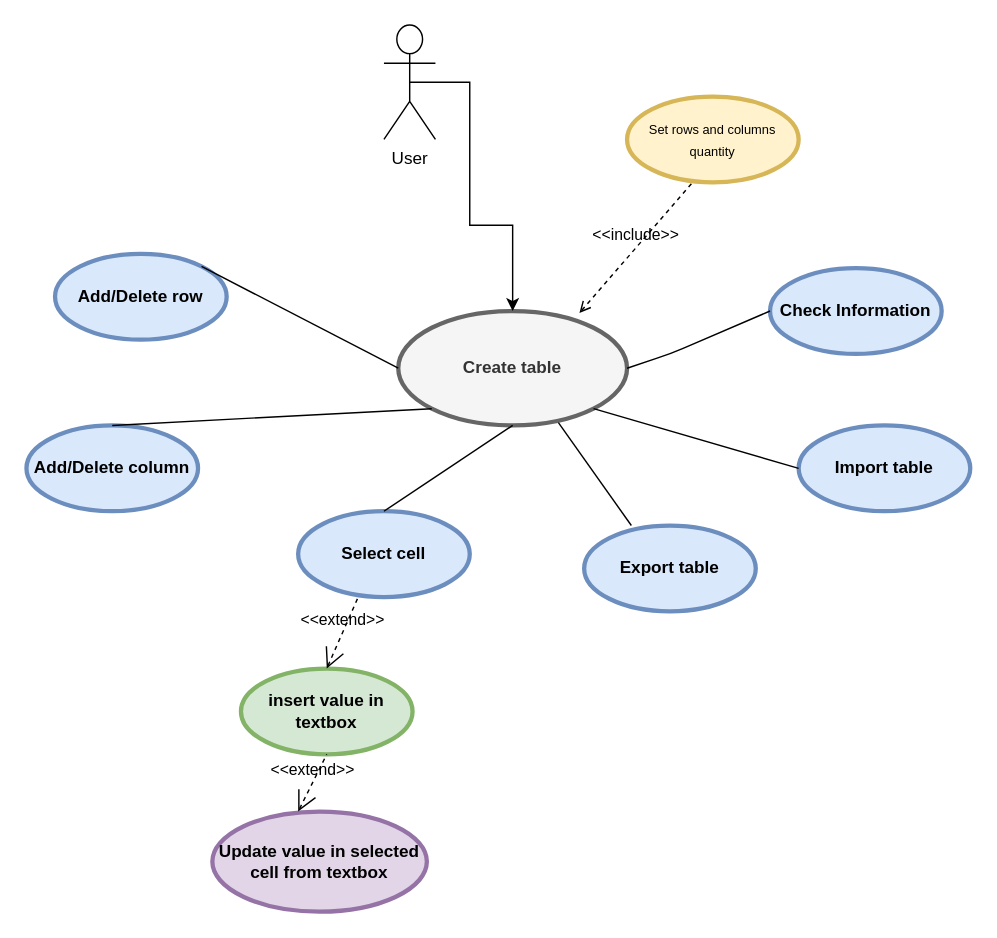
Before: UseCaseDiagram.drawio in pashokred/mini_spreadsheet, a draw.io diagram. Source tidied: cells renumbered, new cells numbered last; positions are measured from the earlier drawing's top-left corner, leaving out a move shared by most shapes. Both pictures are drawn from the tidied source at 143%, with x=0, y=0 at pixel (26, 24).
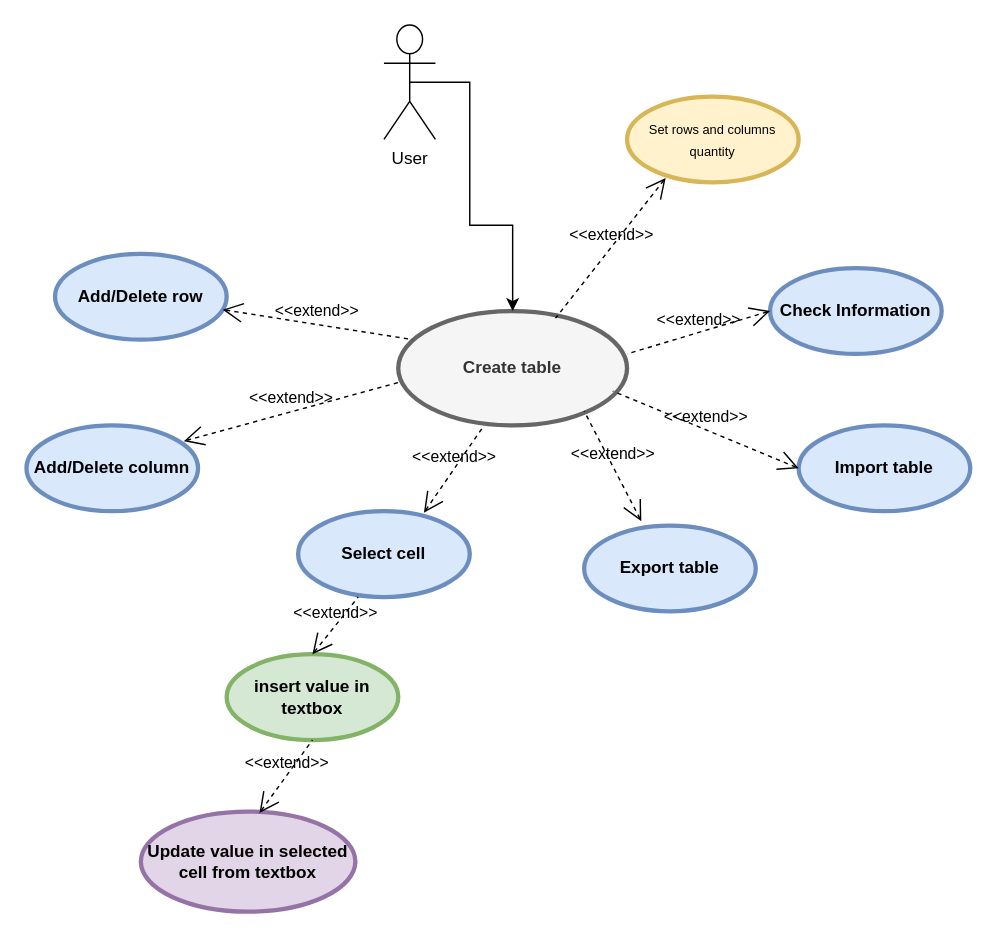
The same page after the edit.

Unchanged cells that the change refers to:
```xml
<mxCell id="3" value="Create table" style="shape=ellipse;html=1;strokeWidth=3;fontStyle=1;whiteSpace=wrap;align=center;perimeter=ellipsePerimeter;fillColor=#f5f5f5;strokeColor=#666666;fontColor=#333333;" parent="1" vertex="1">
  <mxGeometry x="260" y="200" width="160" height="80" as="geometry" />
</mxCell>
<mxCell id="4" value="&lt;span style=&quot;font-size: 9px ; font-weight: 400&quot;&gt;Set rows and columns quantity&lt;/span&gt;" style="shape=ellipse;html=1;strokeWidth=3;fontStyle=1;whiteSpace=wrap;align=center;perimeter=ellipsePerimeter;fillColor=#fff2cc;strokeColor=#d6b656;" parent="1" vertex="1">
  <mxGeometry x="420" y="50" width="120" height="60" as="geometry" />
</mxCell>
<mxCell id="5" value="Add/Delete row" style="shape=ellipse;html=1;strokeWidth=3;fontStyle=1;whiteSpace=wrap;align=center;perimeter=ellipsePerimeter;fillColor=#dae8fc;strokeColor=#6c8ebf;" parent="1" vertex="1">
  <mxGeometry x="20" y="160" width="120" height="60" as="geometry" />
</mxCell>
<mxCell id="6" value="Add/Delete column" style="shape=ellipse;html=1;strokeWidth=3;fontStyle=1;whiteSpace=wrap;align=center;perimeter=ellipsePerimeter;fillColor=#dae8fc;strokeColor=#6c8ebf;" parent="1" vertex="1">
  <mxGeometry y="280" width="120" height="60" as="geometry" />
</mxCell>
<mxCell id="9" value="Select cell" style="shape=ellipse;html=1;strokeWidth=3;fontStyle=1;whiteSpace=wrap;align=center;perimeter=ellipsePerimeter;fillColor=#dae8fc;strokeColor=#6c8ebf;" parent="1" vertex="1">
  <mxGeometry x="190" y="340" width="120" height="60" as="geometry" />
</mxCell>
<mxCell id="13" value="Check Information" style="shape=ellipse;html=1;strokeWidth=3;fontStyle=1;whiteSpace=wrap;align=center;perimeter=ellipsePerimeter;fillColor=#dae8fc;strokeColor=#6c8ebf;" parent="1" vertex="1">
  <mxGeometry x="520" y="170" width="120" height="60" as="geometry" />
</mxCell>
<mxCell id="17" value="Export table" style="shape=ellipse;html=1;strokeWidth=3;fontStyle=1;whiteSpace=wrap;align=center;perimeter=ellipsePerimeter;fillColor=#dae8fc;strokeColor=#6c8ebf;" parent="1" vertex="1">
  <mxGeometry x="390" y="350" width="120" height="60" as="geometry" />
</mxCell>
<mxCell id="18" value="Import table" style="shape=ellipse;html=1;strokeWidth=3;fontStyle=1;whiteSpace=wrap;align=center;perimeter=ellipsePerimeter;fillColor=#dae8fc;strokeColor=#6c8ebf;" parent="1" vertex="1">
  <mxGeometry x="540" y="280" width="120" height="60" as="geometry" />
</mxCell>
```

The edit, as a diff of the source:
```diff
@@
-    <mxCell id="2" value="&amp;lt;&amp;lt;include&amp;gt;&amp;gt;" style="edgeStyle=none;html=1;endArrow=open;verticalAlign=bottom;dashed=1;labelBackgroundColor=none;entryX=0.792;entryY=0.017;entryDx=0;entryDy=0;exitX=0.375;exitY=1.017;exitDx=0;exitDy=0;entryPerimeter=0;exitPerimeter=0;" parent="1" edge="1" source="4" target="3">
-      <mxGeometry relative="1" as="geometry" />
-    </mxCell>
@@
-    <mxCell id="7" style="edgeStyle=none;html=1;endArrow=none;verticalAlign=bottom;exitX=0;exitY=0.5;exitDx=0;exitDy=0;entryX=1;entryY=0;entryDx=0;entryDy=0;" parent="1" edge="1" source="3" target="5">
-      <mxGeometry relative="1" as="geometry" />
-    </mxCell>
-    <mxCell id="8" style="edgeStyle=none;html=1;endArrow=none;verticalAlign=bottom;exitX=0;exitY=1;exitDx=0;exitDy=0;entryX=0.5;entryY=0;entryDx=0;entryDy=0;" parent="1" edge="1" source="3" target="6">
-      <mxGeometry relative="1" as="geometry" />
-    </mxCell>
@@
-    <mxCell id="10" style="edgeStyle=none;html=1;endArrow=none;verticalAlign=bottom;exitX=0.5;exitY=1;exitDx=0;exitDy=0;entryX=0.5;entryY=0;entryDx=0;entryDy=0;" parent="1" edge="1" source="3" target="9">
-      <mxGeometry relative="1" as="geometry" />
-    </mxCell>
     <mxCell id="11" value="insert value in textbox" style="shape=ellipse;html=1;strokeWidth=3;fontStyle=1;whiteSpace=wrap;align=center;perimeter=ellipsePerimeter;fillColor=#d5e8d4;strokeColor=#82b366;" parent="1" vertex="1">
-      <mxGeometry x="150" y="450" width="120" height="60" as="geometry" />
+      <mxGeometry x="140" y="440" width="120" height="60" as="geometry" />
     </mxCell>
     <mxCell id="12" value="Update value in selected cell from textbox" style="shape=ellipse;html=1;strokeWidth=3;fontStyle=1;whiteSpace=wrap;align=center;perimeter=ellipsePerimeter;fillColor=#e1d5e7;strokeColor=#9673a6;" parent="1" vertex="1">
-      <mxGeometry x="130" y="550" width="150" height="70" as="geometry" />
+      <mxGeometry x="80" y="550" width="150" height="70" as="geometry" />
     </mxCell>
@@
-    <mxCell id="14" style="edgeStyle=none;html=1;endArrow=none;verticalAlign=bottom;entryX=0;entryY=0.5;entryDx=0;entryDy=0;exitX=1;exitY=0.5;exitDx=0;exitDy=0;" parent="1" edge="1" source="3" target="13">
-      <mxGeometry relative="1" as="geometry">
-        <Array as="points">
-          <mxPoint x="450" y="230" />
-        </Array>
-      </mxGeometry>
-    </mxCell>
@@
-    <mxCell id="19" style="endArrow=none;html=1;entryX=0.7;entryY=0.975;entryDx=0;entryDy=0;entryPerimeter=0;exitX=0.275;exitY=0;exitDx=0;exitDy=0;exitPerimeter=0;" parent="1" edge="1" source="17" target="3">
-      <mxGeometry relative="1" as="geometry" />
-    </mxCell>
-    <mxCell id="20" style="endArrow=none;html=1;exitX=0;exitY=0.5;exitDx=0;exitDy=0;entryX=1;entryY=1;entryDx=0;entryDy=0;" parent="1" edge="1" source="18" target="3">
-      <mxGeometry relative="1" as="geometry" />
-    </mxCell>
@@
-    <mxCell id="22" value="&amp;lt;&amp;lt;extend&amp;gt;&amp;gt;" style="edgeStyle=none;html=1;startArrow=open;endArrow=none;startSize=12;verticalAlign=bottom;dashed=1;labelBackgroundColor=none;entryX=0.5;entryY=1;entryDx=0;entryDy=0;" parent="1" edge="1" target="11">
-      <mxGeometry relative="1" as="geometry">
-        <mxPoint x="190" y="550" as="sourcePoint" />
-      </mxGeometry>
+    <mxCell id="22" value="&amp;lt;&amp;lt;extend&amp;gt;&amp;gt;" style="edgeStyle=none;html=1;startArrow=open;endArrow=none;startSize=12;verticalAlign=bottom;dashed=1;labelBackgroundColor=none;entryX=0.5;entryY=1;entryDx=0;entryDy=0;exitX=0.553;exitY=0.014;exitDx=0;exitDy=0;exitPerimeter=0;" parent="1" edge="1" source="12" target="11">
+      <mxGeometry relative="1" as="geometry" />
     </mxCell>
+    <mxCell id="23" value="&amp;lt;&amp;lt;extend&amp;gt;&amp;gt;" style="edgeStyle=none;html=1;startArrow=open;endArrow=none;startSize=12;verticalAlign=bottom;dashed=1;labelBackgroundColor=none;exitX=0.733;exitY=0.017;exitDx=0;exitDy=0;exitPerimeter=0;" parent="1" edge="1" source="9">
+      <mxGeometry relative="1" as="geometry">
+        <mxPoint x="320" y="280" as="targetPoint" />
+      </mxGeometry>
+    </mxCell>
+    <mxCell id="24" value="&amp;lt;&amp;lt;extend&amp;gt;&amp;gt;" style="edgeStyle=none;html=1;startArrow=open;endArrow=none;startSize=12;verticalAlign=bottom;dashed=1;labelBackgroundColor=none;exitX=0.917;exitY=0.183;exitDx=0;exitDy=0;exitPerimeter=0;" parent="1" edge="1" source="6">
+      <mxGeometry relative="1" as="geometry">
+        <mxPoint x="260" y="250" as="targetPoint" />
+      </mxGeometry>
+    </mxCell>
+    <mxCell id="25" value="&amp;lt;&amp;lt;extend&amp;gt;&amp;gt;" style="edgeStyle=none;html=1;startArrow=open;endArrow=none;startSize=12;verticalAlign=bottom;dashed=1;labelBackgroundColor=none;" parent="1" edge="1" source="5">
+      <mxGeometry relative="1" as="geometry">
+        <mxPoint x="270" y="220" as="targetPoint" />
+      </mxGeometry>
+    </mxCell>
+    <mxCell id="26" value="&amp;lt;&amp;lt;extend&amp;gt;&amp;gt;" style="edgeStyle=none;html=1;startArrow=open;endArrow=none;startSize=12;verticalAlign=bottom;dashed=1;labelBackgroundColor=none;exitX=0.333;exitY=-0.05;exitDx=0;exitDy=0;exitPerimeter=0;" parent="1" edge="1" source="17">
+      <mxGeometry relative="1" as="geometry">
+        <mxPoint x="390" y="270" as="targetPoint" />
+      </mxGeometry>
+    </mxCell>
+    <mxCell id="27" value="&amp;lt;&amp;lt;extend&amp;gt;&amp;gt;" style="edgeStyle=none;html=1;startArrow=open;endArrow=none;startSize=12;verticalAlign=bottom;dashed=1;labelBackgroundColor=none;exitX=0;exitY=0.5;exitDx=0;exitDy=0;" parent="1" edge="1" source="18">
+      <mxGeometry relative="1" as="geometry">
+        <mxPoint x="410" y="256" as="targetPoint" />
+      </mxGeometry>
+    </mxCell>
+    <mxCell id="28" value="&amp;lt;&amp;lt;extend&amp;gt;&amp;gt;" style="edgeStyle=none;html=1;startArrow=open;endArrow=none;startSize=12;verticalAlign=bottom;dashed=1;labelBackgroundColor=none;exitX=0;exitY=0.5;exitDx=0;exitDy=0;" parent="1" edge="1" source="13">
+      <mxGeometry relative="1" as="geometry">
+        <mxPoint x="420" y="230" as="targetPoint" />
+      </mxGeometry>
+    </mxCell>
+    <mxCell id="29" value="&amp;lt;&amp;lt;extend&amp;gt;&amp;gt;" style="edgeStyle=none;html=1;startArrow=open;endArrow=none;startSize=12;verticalAlign=bottom;dashed=1;labelBackgroundColor=none;exitX=0.225;exitY=0.95;exitDx=0;exitDy=0;exitPerimeter=0;" parent="1" edge="1" source="4">
+      <mxGeometry relative="1" as="geometry">
+        <mxPoint x="370" y="205" as="targetPoint" />
+      </mxGeometry>
+    </mxCell>
```
